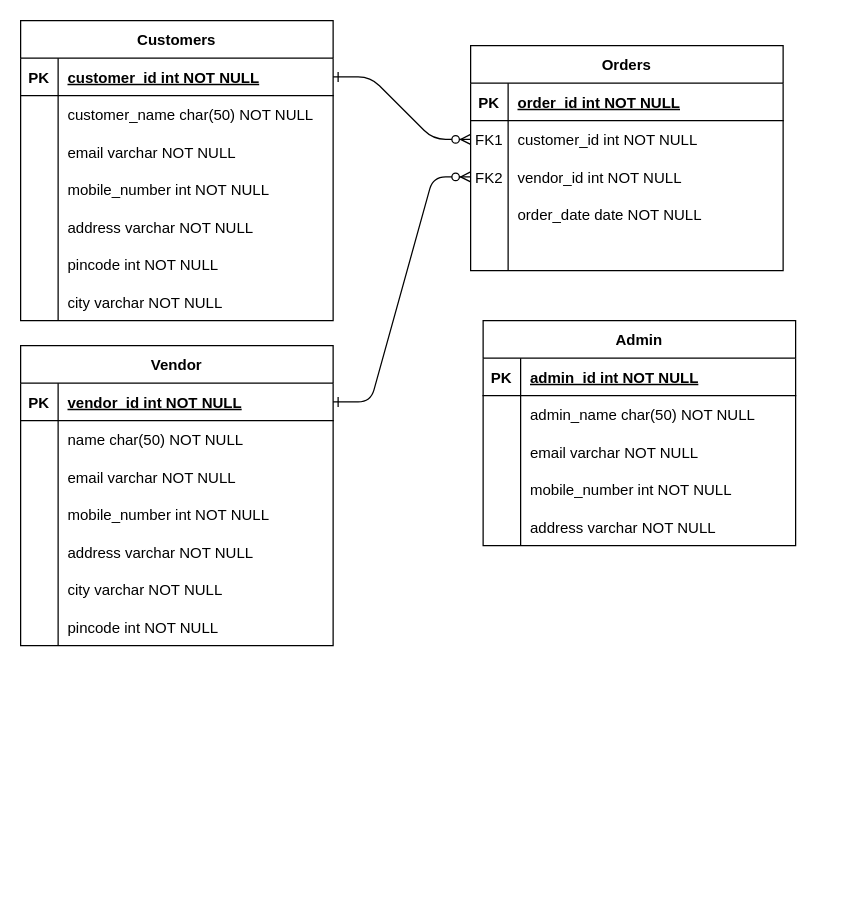
Earlier version of the draw.io diagram Untitled Diagram.drawio (Nirajnikant/hello-world). Source tidied: cells renumbered, new cells numbered last; positions are measured from the earlier drawing's top-left corner, leaving out a move shared by most shapes. Both pictures are drawn from the tidied source at 125%, with x=0, y=0 at pixel (20, 20).
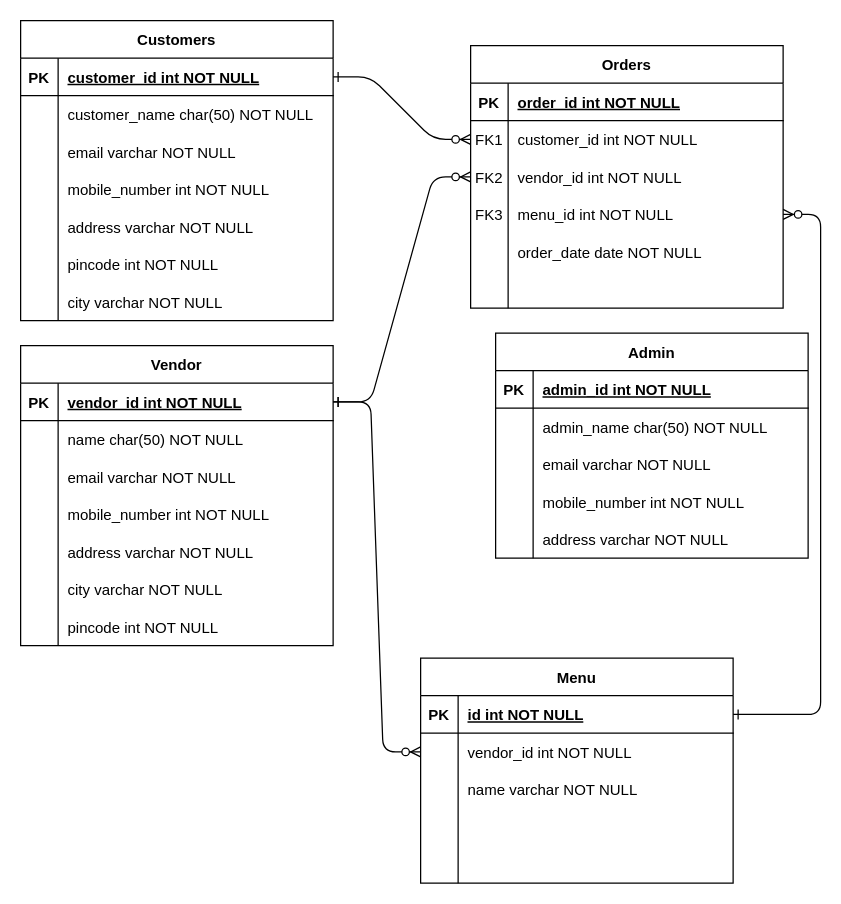
Above is the later version.

Unchanged cells that the change refers to:
```xml
<mxCell id="42" style="shape=partialRectangle;fillColor=none;points=[[0,0.5],[1,0.5]];portConstraint=eastwest;top=0;left=0;right=0;bottom=1;" parent="41" vertex="1">
  <mxGeometry y="30" width="250" height="30" as="geometry" />
</mxCell>
<mxCell id="45" style="shape=partialRectangle;fillColor=none;points=[[0,0.5],[1,0.5]];portConstraint=eastwest;top=0;left=0;right=0;bottom=0;" parent="41" vertex="1">
  <mxGeometry y="60" width="250" height="30" as="geometry" />
</mxCell>
<mxCell id="48" style="shape=partialRectangle;fillColor=none;top=0;left=0;right=0;bottom=0;" parent="41" vertex="1">
  <mxGeometry y="90" width="250" height="30" as="geometry" />
</mxCell>
<mxCell id="51" style="shape=partialRectangle;fillColor=none;top=0;left=0;right=0;bottom=0;" parent="41" vertex="1">
  <mxGeometry y="120" width="250" height="30" as="geometry" />
</mxCell>
<mxCell id="54" style="shape=partialRectangle;fillColor=none;top=0;left=0;right=0;bottom=0;" parent="41" vertex="1">
  <mxGeometry y="150" width="250" height="30" as="geometry" />
</mxCell>
<mxCell id="58" style="shape=partialRectangle;fillColor=none;points=[[0,0.5],[1,0.5]];portConstraint=eastwest;top=0;left=0;right=0;bottom=1;" parent="57" vertex="1">
  <mxGeometry y="30" width="250" height="30" as="geometry" />
</mxCell>
```

Change to the diagram source:
```diff
@@
     <mxCell id="3" value="Orders" style="shape=table;startSize=30;childLayout=tableLayout;rowLines=0;fontStyle=1;align=center;" parent="1" vertex="1">
-      <mxGeometry x="360" y="20" width="250" height="180" as="geometry" />
+      <mxGeometry x="360" y="20" width="250" height="210" as="geometry" />
     </mxCell>
@@
+    <mxCell id="80" style="shape=partialRectangle;fillColor=none;points=[[0,0.5],[1,0.5]];portConstraint=eastwest;top=0;left=0;right=0;bottom=0;" parent="3" vertex="1">
+      <mxGeometry y="120" width="250" height="30" as="geometry" />
+    </mxCell>
+    <mxCell id="81" value="FK3" style="shape=partialRectangle;overflow=hidden;fillColor=none;top=0;left=0;bottom=0;right=0;" parent="80" vertex="1">
+      <mxGeometry width="30" height="30" as="geometry" />
+    </mxCell>
+    <mxCell id="82" value="menu_id int NOT NULL" style="shape=partialRectangle;overflow=hidden;fillColor=none;top=0;left=0;bottom=0;right=0;align=left;spacingLeft=6;" parent="80" vertex="1">
+      <mxGeometry x="30" width="220" height="30" as="geometry" />
+    </mxCell>
     <mxCell id="13" style="shape=partialRectangle;fillColor=none;top=0;left=0;right=0;bottom=0;" parent="3" vertex="1">
-      <mxGeometry y="120" width="250" height="30" as="geometry" />
+      <mxGeometry y="150" width="250" height="30" as="geometry" />
     </mxCell>
@@
     <mxCell id="16" style="shape=partialRectangle;fillColor=none;top=0;left=0;right=0;bottom=0;" parent="3" vertex="1">
-      <mxGeometry y="150" width="250" height="30" as="geometry" />
+      <mxGeometry y="180" width="250" height="30" as="geometry" />
     </mxCell>
@@
-    <mxCell id="41" value="Admin" style="shape=table;startSize=30;childLayout=tableLayout;rowLines=0;fontStyle=1;align=center;" parent="1" vertex="1">
-      <mxGeometry x="370" y="240" width="250" height="180" as="geometry" />
+    <mxCell id="41" value="Menu" style="shape=table;startSize=30;childLayout=tableLayout;rowLines=0;fontStyle=1;align=center;" parent="1" vertex="1">
+      <mxGeometry x="320" y="510" width="250" height="180" as="geometry" />
     </mxCell>
@@
-    <mxCell id="44" value="admin_id int NOT NULL " style="shape=partialRectangle;overflow=hidden;fillColor=none;top=0;left=0;bottom=0;right=0;align=left;spacingLeft=6;fontStyle=5;" parent="42" vertex="1">
+    <mxCell id="44" value="id int NOT NULL " style="shape=partialRectangle;overflow=hidden;fillColor=none;top=0;left=0;bottom=0;right=0;align=left;spacingLeft=6;fontStyle=5;" parent="42" vertex="1">
       <mxGeometry x="30" width="220" height="30" as="geometry" />
     </mxCell>
@@
-    <mxCell id="47" value="admin_name char(50) NOT NULL" style="shape=partialRectangle;overflow=hidden;fillColor=none;top=0;left=0;bottom=0;right=0;align=left;spacingLeft=6;" parent="45" vertex="1">
+    <mxCell id="47" value="vendor_id int NOT NULL" style="shape=partialRectangle;overflow=hidden;fillColor=none;top=0;left=0;bottom=0;right=0;align=left;spacingLeft=6;" parent="45" vertex="1">
       <mxGeometry x="30" width="220" height="30" as="geometry" />
     </mxCell>
@@
-    <mxCell id="50" value="email varchar NOT NULL" style="shape=partialRectangle;overflow=hidden;fillColor=none;top=0;left=0;bottom=0;right=0;align=left;spacingLeft=6;" parent="48" vertex="1">
+    <mxCell id="50" value="name varchar NOT NULL" style="shape=partialRectangle;overflow=hidden;fillColor=none;top=0;left=0;bottom=0;right=0;align=left;spacingLeft=6;" parent="48" vertex="1">
       <mxGeometry x="30" width="220" height="30" as="geometry" />
     </mxCell>
@@
-    <mxCell id="53" value="mobile_number int NOT NULL" style="shape=partialRectangle;overflow=hidden;fillColor=none;top=0;left=0;bottom=0;right=0;align=left;spacingLeft=6;" parent="51" vertex="1">
+    <mxCell id="53" style="shape=partialRectangle;overflow=hidden;fillColor=none;top=0;left=0;bottom=0;right=0;align=left;spacingLeft=6;" parent="51" vertex="1">
       <mxGeometry x="30" width="220" height="30" as="geometry" />
     </mxCell>
@@
-    <mxCell id="56" value="address varchar NOT NULL" style="shape=partialRectangle;overflow=hidden;fillColor=none;top=0;left=0;bottom=0;right=0;align=left;spacingLeft=6;" parent="54" vertex="1">
+    <mxCell id="56" style="shape=partialRectangle;overflow=hidden;fillColor=none;top=0;left=0;bottom=0;right=0;align=left;spacingLeft=6;" parent="54" vertex="1">
       <mxGeometry x="30" width="220" height="30" as="geometry" />
     </mxCell>
@@
+    <mxCell id="83" value="Admin" style="shape=table;startSize=30;childLayout=tableLayout;rowLines=0;fontStyle=1;align=center;" parent="1" vertex="1">
+      <mxGeometry x="380" y="250" width="250" height="180" as="geometry" />
+    </mxCell>
+    <mxCell id="84" style="shape=partialRectangle;fillColor=none;top=0;left=0;right=0;bottom=1;" parent="83" vertex="1">
+      <mxGeometry y="30" width="250" height="30" as="geometry" />
+    </mxCell>
+    <mxCell id="85" value="PK" style="shape=partialRectangle;overflow=hidden;fillColor=none;top=0;left=0;bottom=0;right=0;fontStyle=1;" parent="84" vertex="1">
+      <mxGeometry width="30" height="30" as="geometry" />
+    </mxCell>
+    <mxCell id="86" value="admin_id int NOT NULL " style="shape=partialRectangle;overflow=hidden;fillColor=none;top=0;left=0;bottom=0;right=0;align=left;spacingLeft=6;fontStyle=5;" parent="84" vertex="1">
+      <mxGeometry x="30" width="220" height="30" as="geometry" />
+    </mxCell>
+    <mxCell id="87" style="shape=partialRectangle;fillColor=none;top=0;left=0;right=0;bottom=0;" parent="83" vertex="1">
+      <mxGeometry y="60" width="250" height="30" as="geometry" />
+    </mxCell>
+    <mxCell id="88" style="shape=partialRectangle;overflow=hidden;fillColor=none;top=0;left=0;bottom=0;right=0;" parent="87" vertex="1">
+      <mxGeometry width="30" height="30" as="geometry" />
+    </mxCell>
+    <mxCell id="89" value="admin_name char(50) NOT NULL" style="shape=partialRectangle;overflow=hidden;fillColor=none;top=0;left=0;bottom=0;right=0;align=left;spacingLeft=6;" parent="87" vertex="1">
+      <mxGeometry x="30" width="220" height="30" as="geometry" />
+    </mxCell>
+    <mxCell id="90" style="shape=partialRectangle;fillColor=none;top=0;left=0;right=0;bottom=0;" parent="83" vertex="1">
+      <mxGeometry y="90" width="250" height="30" as="geometry" />
+    </mxCell>
+    <mxCell id="91" style="shape=partialRectangle;overflow=hidden;fillColor=none;top=0;left=0;bottom=0;right=0;" parent="90" vertex="1">
+      <mxGeometry width="30" height="30" as="geometry" />
+    </mxCell>
+    <mxCell id="92" value="email varchar NOT NULL" style="shape=partialRectangle;overflow=hidden;fillColor=none;top=0;left=0;bottom=0;right=0;align=left;spacingLeft=6;" parent="90" vertex="1">
+      <mxGeometry x="30" width="220" height="30" as="geometry" />
+    </mxCell>
+    <mxCell id="93" style="shape=partialRectangle;fillColor=none;top=0;left=0;right=0;bottom=0;" parent="83" vertex="1">
+      <mxGeometry y="120" width="250" height="30" as="geometry" />
+    </mxCell>
+    <mxCell id="94" style="shape=partialRectangle;overflow=hidden;fillColor=none;top=0;left=0;bottom=0;right=0;" parent="93" vertex="1">
+      <mxGeometry width="30" height="30" as="geometry" />
+    </mxCell>
+    <mxCell id="95" value="mobile_number int NOT NULL" style="shape=partialRectangle;overflow=hidden;fillColor=none;top=0;left=0;bottom=0;right=0;align=left;spacingLeft=6;" parent="93" vertex="1">
+      <mxGeometry x="30" width="220" height="30" as="geometry" />
+    </mxCell>
+    <mxCell id="96" style="shape=partialRectangle;fillColor=none;top=0;left=0;right=0;bottom=0;" parent="83" vertex="1">
+      <mxGeometry y="150" width="250" height="30" as="geometry" />
+    </mxCell>
+    <mxCell id="97" style="shape=partialRectangle;overflow=hidden;fillColor=none;top=0;left=0;bottom=0;right=0;" parent="96" vertex="1">
+      <mxGeometry width="30" height="30" as="geometry" />
+    </mxCell>
+    <mxCell id="98" value="address varchar NOT NULL" style="shape=partialRectangle;overflow=hidden;fillColor=none;top=0;left=0;bottom=0;right=0;align=left;spacingLeft=6;" parent="96" vertex="1">
+      <mxGeometry x="30" width="220" height="30" as="geometry" />
+    </mxCell>
+    <mxCell id="99" style="edgeStyle=entityRelationEdgeStyle;endArrow=ERzeroToMany;startArrow=ERone;endFill=1;startFill=0;" parent="1" edge="1" source="58" target="45">
+      <mxGeometry relative="1" as="geometry" />
+    </mxCell>
+    <mxCell id="100" style="edgeStyle=entityRelationEdgeStyle;endArrow=ERzeroToMany;startArrow=ERone;endFill=1;startFill=0;" parent="1" edge="1" source="42" target="80">
+      <mxGeometry relative="1" as="geometry" />
+    </mxCell>
```
